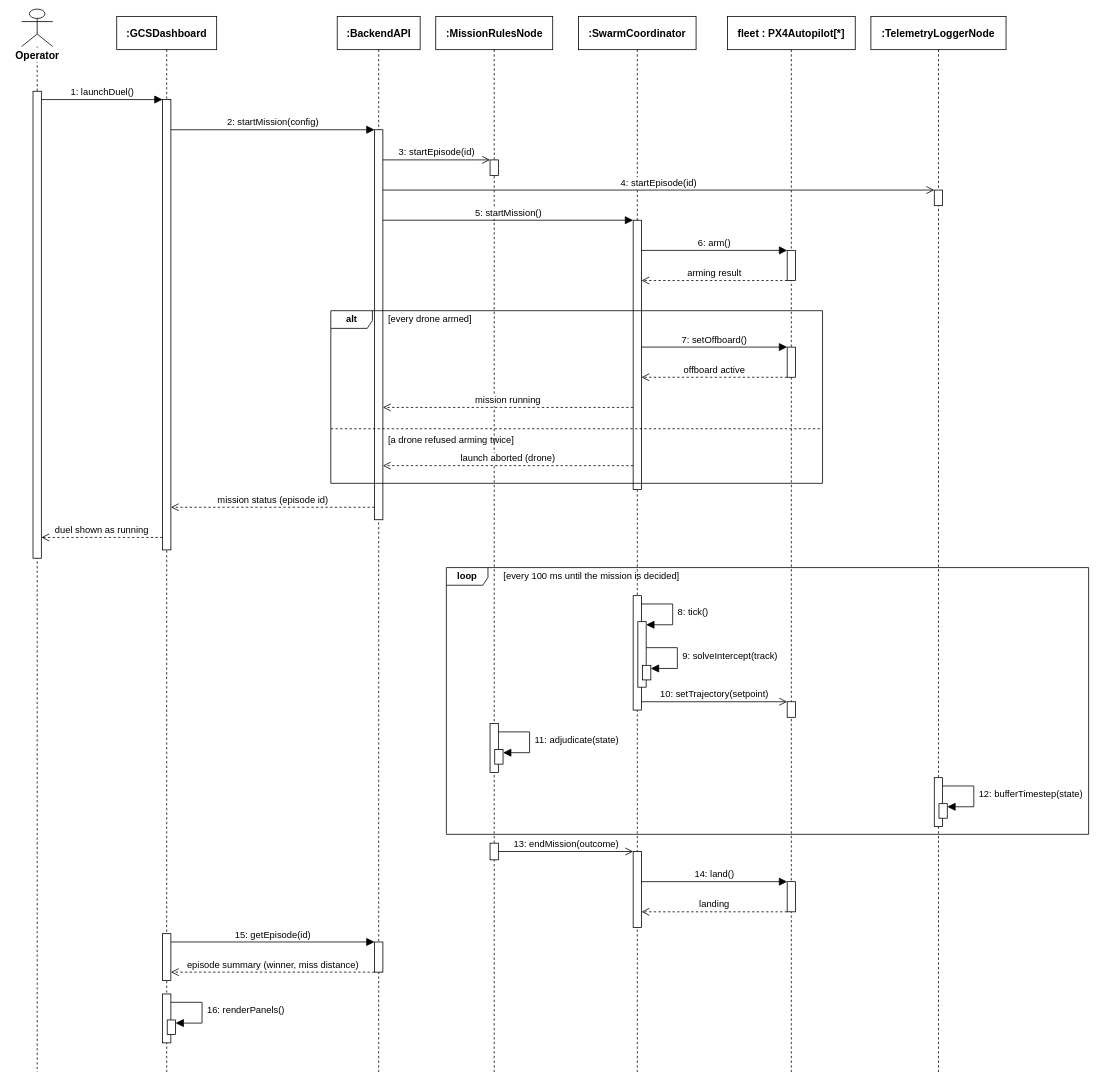
Above: 12_sequence_mission.drawio in syedmohammad611/diagrams (draw.io), before the change. Source tidied: cells renumbered, new cells numbered last; positions are measured from the earlier drawing's top-left corner, leaving out a move shared by most shapes. Both pictures are drawn from the tidied source at 52%, with x=0, y=0 at pixel (9, 9).
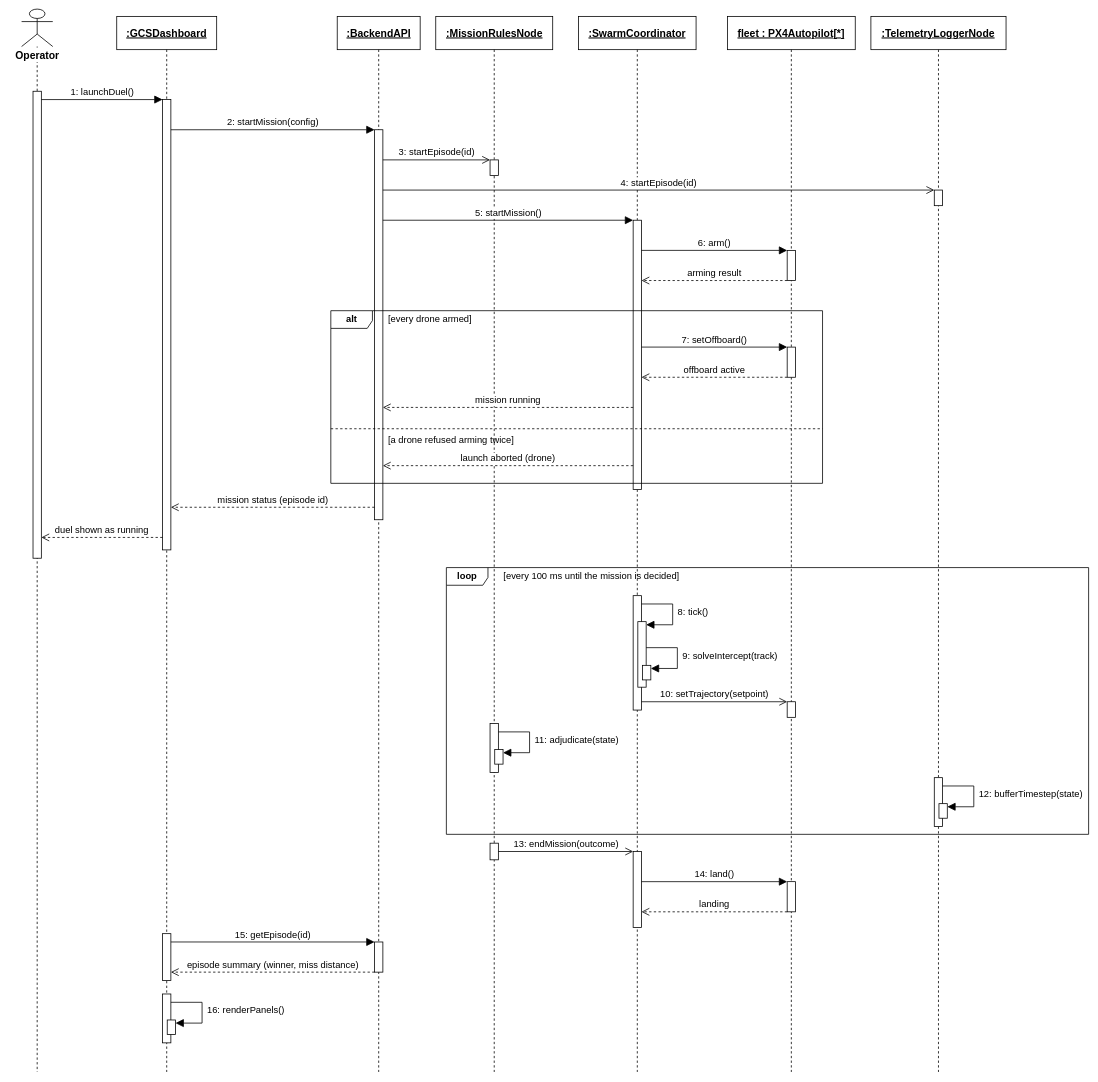
Above is the later version.

Change to the diagram source:
```diff
@@
-    <mxCell id="5" value=":GCSDashboard" style="shape=umlLifeline;perimeter=lifelinePerimeter;whiteSpace=wrap;html=1;newEdgeStyle={&quot;edgeStyle&quot;:&quot;elbowEdgeStyle&quot;,&quot;elbow&quot;:&quot;vertical&quot;,&quot;curved&quot;:0,&quot;rounded&quot;:0};fillColor=none;strokeColor=#000000;strokeWidth=1.5;fontFamily=Helvetica;fontColor=#000000;fontSize=20;fontStyle=1;size=64;" parent="1" vertex="1">
+    <mxCell id="5" value=":GCSDashboard" style="shape=umlLifeline;perimeter=lifelinePerimeter;whiteSpace=wrap;html=1;newEdgeStyle={&quot;edgeStyle&quot;:&quot;elbowEdgeStyle&quot;,&quot;elbow&quot;:&quot;vertical&quot;,&quot;curved&quot;:0,&quot;rounded&quot;:0};fillColor=none;strokeColor=#000000;strokeWidth=1.5;fontFamily=Helvetica;fontColor=#000000;fontSize=20;fontStyle=5;size=64;" parent="1" vertex="1">
       <mxGeometry x="207" y="14" width="192.2" height="2030" as="geometry" />
     </mxCell>
@@
-    <mxCell id="10" value=":BackendAPI" style="shape=umlLifeline;perimeter=lifelinePerimeter;whiteSpace=wrap;html=1;newEdgeStyle={&quot;edgeStyle&quot;:&quot;elbowEdgeStyle&quot;,&quot;elbow&quot;:&quot;vertical&quot;,&quot;curved&quot;:0,&quot;rounded&quot;:0};fillColor=none;strokeColor=#000000;strokeWidth=1.5;fontFamily=Helvetica;fontColor=#000000;fontSize=20;fontStyle=1;size=64;" parent="1" vertex="1">
+    <mxCell id="10" value=":BackendAPI" style="shape=umlLifeline;perimeter=lifelinePerimeter;whiteSpace=wrap;html=1;newEdgeStyle={&quot;edgeStyle&quot;:&quot;elbowEdgeStyle&quot;,&quot;elbow&quot;:&quot;vertical&quot;,&quot;curved&quot;:0,&quot;rounded&quot;:0};fillColor=none;strokeColor=#000000;strokeWidth=1.5;fontFamily=Helvetica;fontColor=#000000;fontSize=20;fontStyle=5;size=64;" parent="1" vertex="1">
       <mxGeometry x="631" y="14" width="159.5" height="2030" as="geometry" />
     </mxCell>
@@
-    <mxCell id="13" value=":MissionRulesNode" style="shape=umlLifeline;perimeter=lifelinePerimeter;whiteSpace=wrap;html=1;newEdgeStyle={&quot;edgeStyle&quot;:&quot;elbowEdgeStyle&quot;,&quot;elbow&quot;:&quot;vertical&quot;,&quot;curved&quot;:0,&quot;rounded&quot;:0};fillColor=none;strokeColor=#000000;strokeWidth=1.5;fontFamily=Helvetica;fontColor=#000000;fontSize=20;fontStyle=1;size=64;" parent="1" vertex="1">
+    <mxCell id="13" value=":MissionRulesNode" style="shape=umlLifeline;perimeter=lifelinePerimeter;whiteSpace=wrap;html=1;newEdgeStyle={&quot;edgeStyle&quot;:&quot;elbowEdgeStyle&quot;,&quot;elbow&quot;:&quot;vertical&quot;,&quot;curved&quot;:0,&quot;rounded&quot;:0};fillColor=none;strokeColor=#000000;strokeWidth=1.5;fontFamily=Helvetica;fontColor=#000000;fontSize=20;fontStyle=5;size=64;" parent="1" vertex="1">
       <mxGeometry x="820.5" y="14" width="224.9" height="2030" as="geometry" />
     </mxCell>
@@
-    <mxCell id="18" value=":SwarmCoordinator" style="shape=umlLifeline;perimeter=lifelinePerimeter;whiteSpace=wrap;html=1;newEdgeStyle={&quot;edgeStyle&quot;:&quot;elbowEdgeStyle&quot;,&quot;elbow&quot;:&quot;vertical&quot;,&quot;curved&quot;:0,&quot;rounded&quot;:0};fillColor=none;strokeColor=#000000;strokeWidth=1.5;fontFamily=Helvetica;fontColor=#000000;fontSize=20;fontStyle=1;size=64;" parent="1" vertex="1">
+    <mxCell id="18" value=":SwarmCoordinator" style="shape=umlLifeline;perimeter=lifelinePerimeter;whiteSpace=wrap;html=1;newEdgeStyle={&quot;edgeStyle&quot;:&quot;elbowEdgeStyle&quot;,&quot;elbow&quot;:&quot;vertical&quot;,&quot;curved&quot;:0,&quot;rounded&quot;:0};fillColor=none;strokeColor=#000000;strokeWidth=1.5;fontFamily=Helvetica;fontColor=#000000;fontSize=20;fontStyle=5;size=64;" parent="1" vertex="1">
       <mxGeometry x="1095.1" y="14" width="226" height="2030" as="geometry" />
     </mxCell>
@@
-    <mxCell id="24" value="fleet : PX4Autopilot[*]" style="shape=umlLifeline;perimeter=lifelinePerimeter;whiteSpace=wrap;html=1;newEdgeStyle={&quot;edgeStyle&quot;:&quot;elbowEdgeStyle&quot;,&quot;elbow&quot;:&quot;vertical&quot;,&quot;curved&quot;:0,&quot;rounded&quot;:0};fillColor=none;strokeColor=#000000;strokeWidth=1.5;fontFamily=Helvetica;fontColor=#000000;fontSize=20;fontStyle=1;size=64;" parent="1" vertex="1">
+    <mxCell id="24" value="fleet : PX4Autopilot[*]" style="shape=umlLifeline;perimeter=lifelinePerimeter;whiteSpace=wrap;html=1;newEdgeStyle={&quot;edgeStyle&quot;:&quot;elbowEdgeStyle&quot;,&quot;elbow&quot;:&quot;vertical&quot;,&quot;curved&quot;:0,&quot;rounded&quot;:0};fillColor=none;strokeColor=#000000;strokeWidth=1.5;fontFamily=Helvetica;fontColor=#000000;fontSize=20;fontStyle=5;size=64;" parent="1" vertex="1">
       <mxGeometry x="1381.4" y="14" width="245.8" height="2030" as="geometry" />
     </mxCell>
@@
-    <mxCell id="29" value=":TelemetryLoggerNode" style="shape=umlLifeline;perimeter=lifelinePerimeter;whiteSpace=wrap;html=1;newEdgeStyle={&quot;edgeStyle&quot;:&quot;elbowEdgeStyle&quot;,&quot;elbow&quot;:&quot;vertical&quot;,&quot;curved&quot;:0,&quot;rounded&quot;:0};fillColor=none;strokeColor=#000000;strokeWidth=1.5;fontFamily=Helvetica;fontColor=#000000;fontSize=20;fontStyle=1;size=64;" parent="1" vertex="1">
+    <mxCell id="29" value=":TelemetryLoggerNode" style="shape=umlLifeline;perimeter=lifelinePerimeter;whiteSpace=wrap;html=1;newEdgeStyle={&quot;edgeStyle&quot;:&quot;elbowEdgeStyle&quot;,&quot;elbow&quot;:&quot;vertical&quot;,&quot;curved&quot;:0,&quot;rounded&quot;:0};fillColor=none;strokeColor=#000000;strokeWidth=1.5;fontFamily=Helvetica;fontColor=#000000;fontSize=20;fontStyle=5;size=64;" parent="1" vertex="1">
       <mxGeometry x="1657.3" y="14" width="259.9" height="2030" as="geometry" />
     </mxCell>
```
